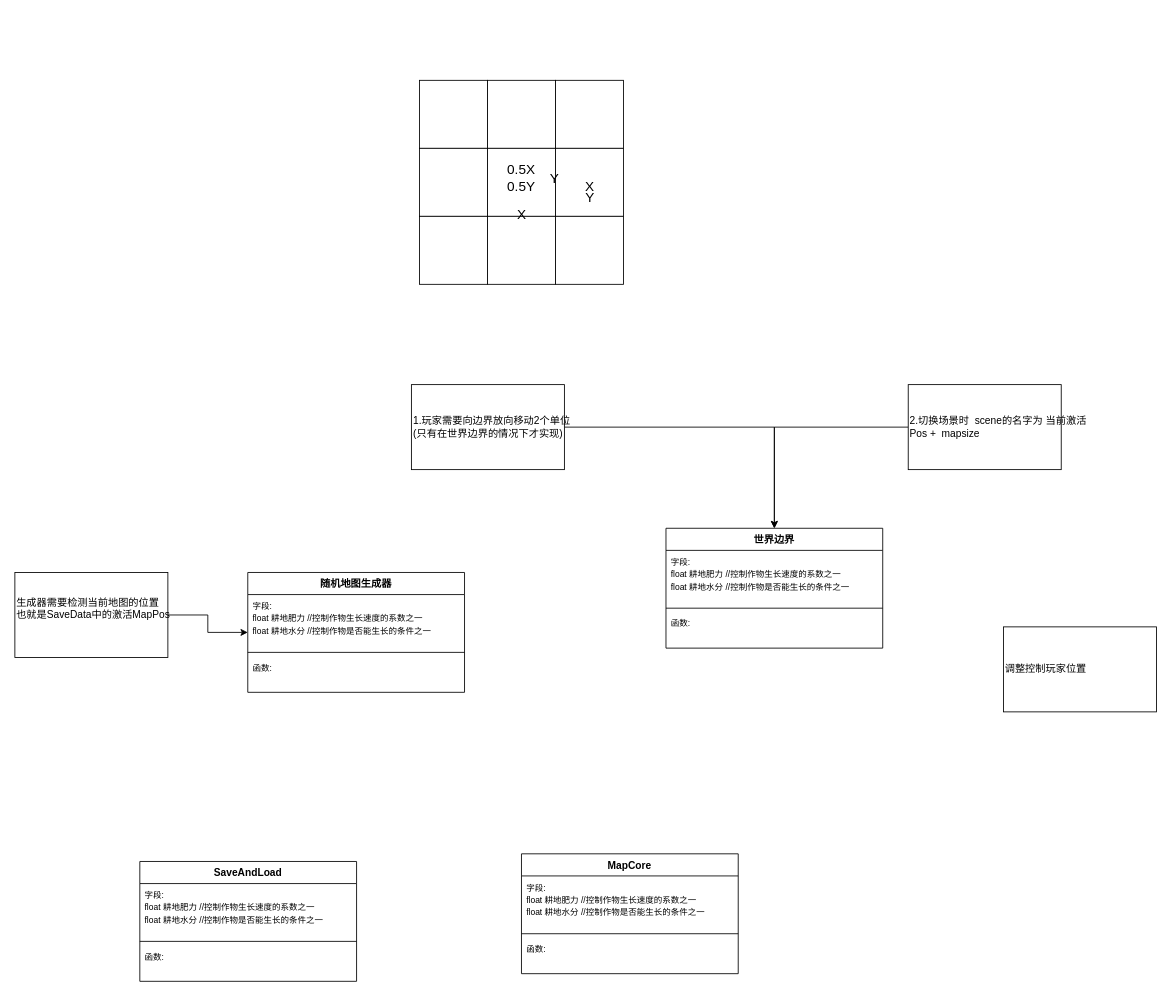
XDIOEZ/TerraFlat keeps this draw.io diagram as page "地图生成" (7 of 11) of 开发文档文件夹/游戏系统总览.drawio. Above is the earlier version. Source tidied: cells renumbered, new cells numbered last; positions are measured from the earlier drawing's top-left corner, leaving out a move shared by most shapes. Both pictures are drawn from the tidied source at 85%, with x=0, y=0 at pixel (14, 80).
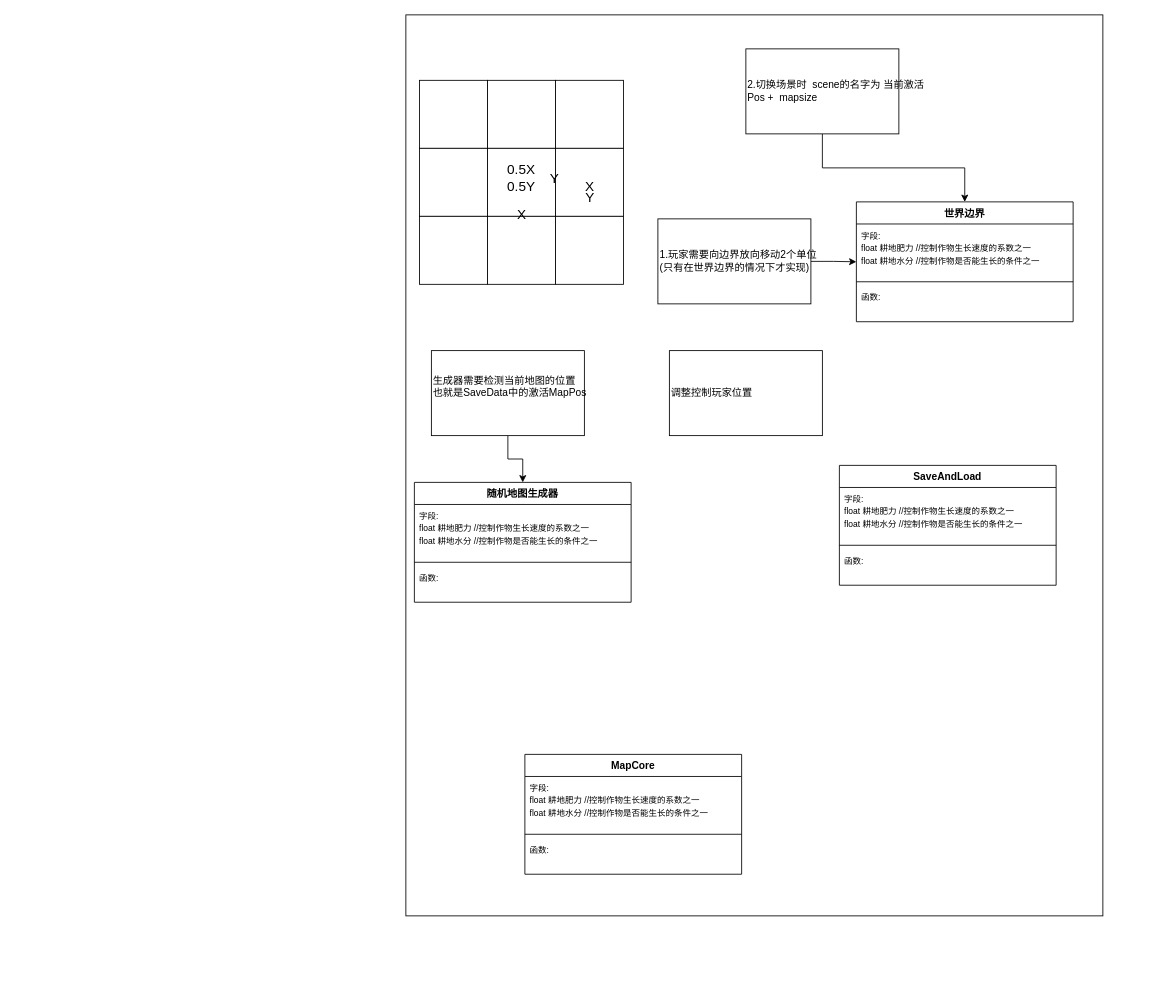
The same diagram, later.

Change to the diagram source:
```diff
@@
+    <mxCell id="39" style="rounded=0;whiteSpace=wrap;html=1;" parent="1" vertex="1">
+      <mxGeometry x="460" y="-77" width="820" height="1060" as="geometry" />
+    </mxCell>
@@
     <mxCell id="17" value="1.玩家需要向边界放向移动2个单位&lt;div&gt;(只有在世界边界的情况下才实现)&lt;/div&gt;" style="rounded=0;html=1;align=left;" parent="1" vertex="1">
-      <mxGeometry x="466.5" y="358" width="180" height="100" as="geometry" />
+      <mxGeometry x="756.5" y="163" width="180" height="100" as="geometry" />
     </mxCell>
@@
     <mxCell id="19" value="2.切换场景时&amp;nbsp; scene的名字为 当前激活&lt;div&gt;Pos +&amp;nbsp; mapsize&amp;nbsp;&lt;/div&gt;" style="rounded=0;html=1;align=left;" parent="1" vertex="1">
-      <mxGeometry x="1051" y="358" width="180" height="100" as="geometry" />
+      <mxGeometry x="860" y="-37" width="180" height="100" as="geometry" />
     </mxCell>
     <mxCell id="20" value="世界边界" style="swimlane;fontStyle=1;align=center;verticalAlign=top;horizontal=1;startSize=26;whiteSpace=wrap;html=1;" parent="1" vertex="1">
-      <mxGeometry x="766" y="527" width="255" height="141" as="geometry" />
+      <mxGeometry x="990" y="143" width="255" height="141" as="geometry" />
     </mxCell>
@@
     <mxCell id="24" value="随机地图生成器" style="swimlane;fontStyle=1;align=center;verticalAlign=top;horizontal=1;startSize=26;whiteSpace=wrap;html=1;" parent="1" vertex="1">
-      <mxGeometry x="274" y="579" width="255" height="141" as="geometry" />
+      <mxGeometry x="470" y="473" width="255" height="141" as="geometry" />
     </mxCell>
@@
     <mxCell id="29" value="生成器需要检测当前地图的位置&lt;div&gt;也就是SaveData中的激活MapPos&lt;/div&gt;&lt;div&gt;&lt;br&gt;&lt;/div&gt;" style="rounded=0;html=1;align=left;" parent="1" vertex="1">
-      <mxGeometry y="579" width="180" height="100" as="geometry" />
+      <mxGeometry x="490" y="318" width="180" height="100" as="geometry" />
     </mxCell>
     <mxCell id="30" value="调整控制玩家位置" style="rounded=0;html=1;align=left;" parent="1" vertex="1">
-      <mxGeometry x="1163" y="643" width="180" height="100" as="geometry" />
+      <mxGeometry x="770" y="318" width="180" height="100" as="geometry" />
     </mxCell>
     <mxCell id="31" value="MapCore" style="swimlane;fontStyle=1;align=center;verticalAlign=top;horizontal=1;startSize=26;whiteSpace=wrap;html=1;" parent="1" vertex="1">
-      <mxGeometry x="596" y="910" width="255" height="141" as="geometry" />
+      <mxGeometry x="600" y="793" width="255" height="141" as="geometry" />
     </mxCell>
@@
     <mxCell id="35" value="SaveAndLoad" style="swimlane;fontStyle=1;align=center;verticalAlign=top;horizontal=1;startSize=26;whiteSpace=wrap;html=1;" parent="1" vertex="1">
-      <mxGeometry x="147" y="919" width="255" height="141" as="geometry" />
+      <mxGeometry x="970" y="453" width="255" height="141" as="geometry" />
     </mxCell>
```
